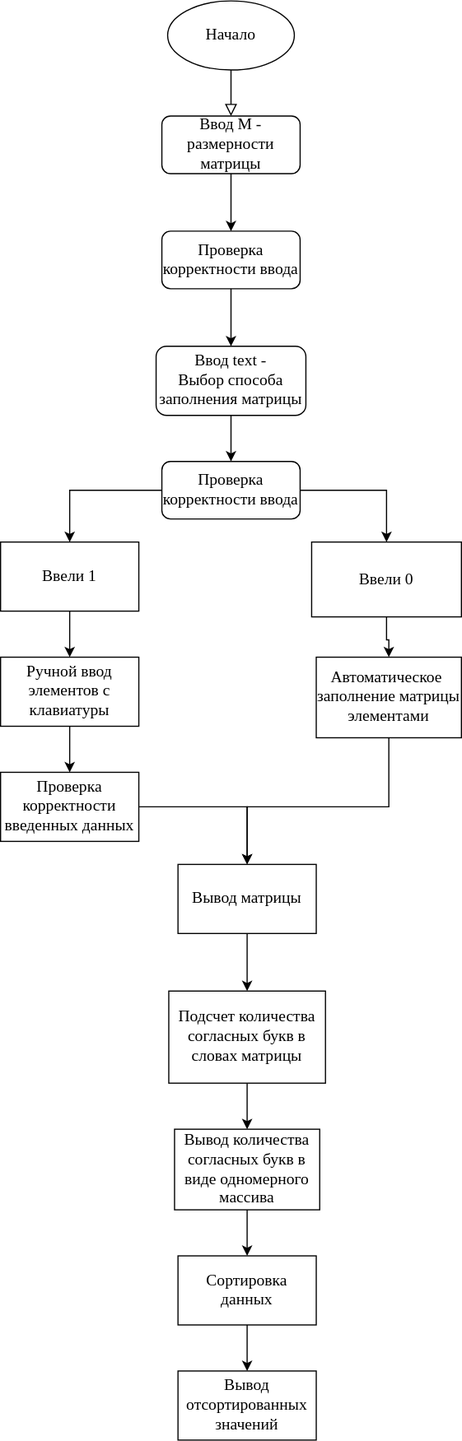
TimmmofeyD/lessons keeps this draw.io diagram as практика/инфа/12/diagrams_main.drawio.svg. Above is the earlier version. Source tidied: cells renumbered, new cells last; positions are measured from the earlier drawing's top-left corner, leaving out a move shared by most shapes.
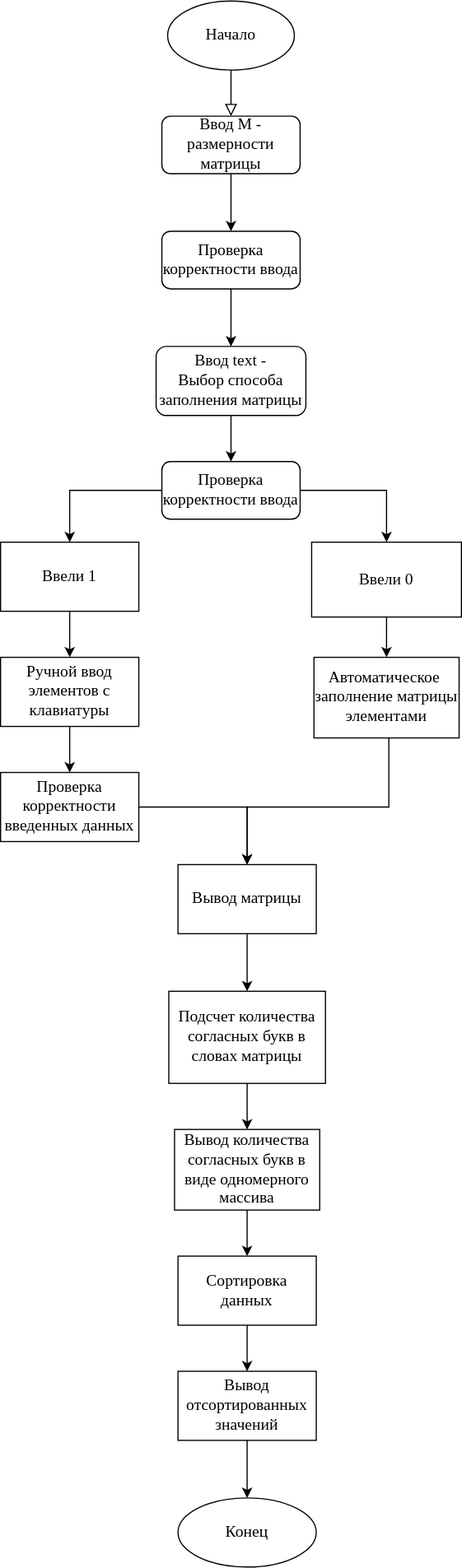
The same diagram one commit later.

What changed in the source:
```diff
@@ -85,7 +85,7 @@
       </mxGeometry>
     </mxCell>
     <mxCell id="27" value="Автоматическое&amp;nbsp; заполнение матрицы элементами" style="whiteSpace=wrap;html=1;fontSize=14;fontFamily=Times New Roman;" parent="1" vertex="1">
-      <mxGeometry x="274" y="570" width="126" height="70" as="geometry" />
+      <mxGeometry x="272" y="570" width="126" height="70" as="geometry" />
     </mxCell>
     <mxCell id="28" style="edgeStyle=orthogonalEdgeStyle;rounded=0;jettySize=auto;html=1;fontFamily=Times New Roman;fontSize=14;" parent="1" edge="1" source="29" target="31">
       <mxGeometry relative="1" as="geometry" />
@@ -111,8 +111,14 @@
     <mxCell id="35" value="Сортировка данных" style="whiteSpace=wrap;html=1;fontSize=14;fontFamily=Times New Roman;" parent="1" vertex="1">
       <mxGeometry x="154" y="1090" width="120" height="60" as="geometry" />
     </mxCell>
+    <mxCell id="37" style="edgeStyle=orthogonalEdgeStyle;rounded=0;jettySize=auto;html=1;entryX=0.5;entryY=0;entryDx=0;entryDy=0;fontFamily=Times New Roman;fontSize=14;" parent="1" edge="1" source="36" target="38">
+      <mxGeometry relative="1" as="geometry" />
+    </mxCell>
     <mxCell id="36" value="Вывод отсортированных значений" style="whiteSpace=wrap;html=1;fontSize=14;fontFamily=Times New Roman;" parent="1" vertex="1">
       <mxGeometry x="154" y="1190" width="120" height="60" as="geometry" />
     </mxCell>
+    <mxCell id="38" value="Конец" style="ellipse;whiteSpace=wrap;html=1;fontFamily=Times New Roman;fontSize=14;" parent="1" vertex="1">
+      <mxGeometry x="154" y="1300" width="120" height="60" as="geometry" />
+    </mxCell>
   </root>
 </mxGraphModel>
```
